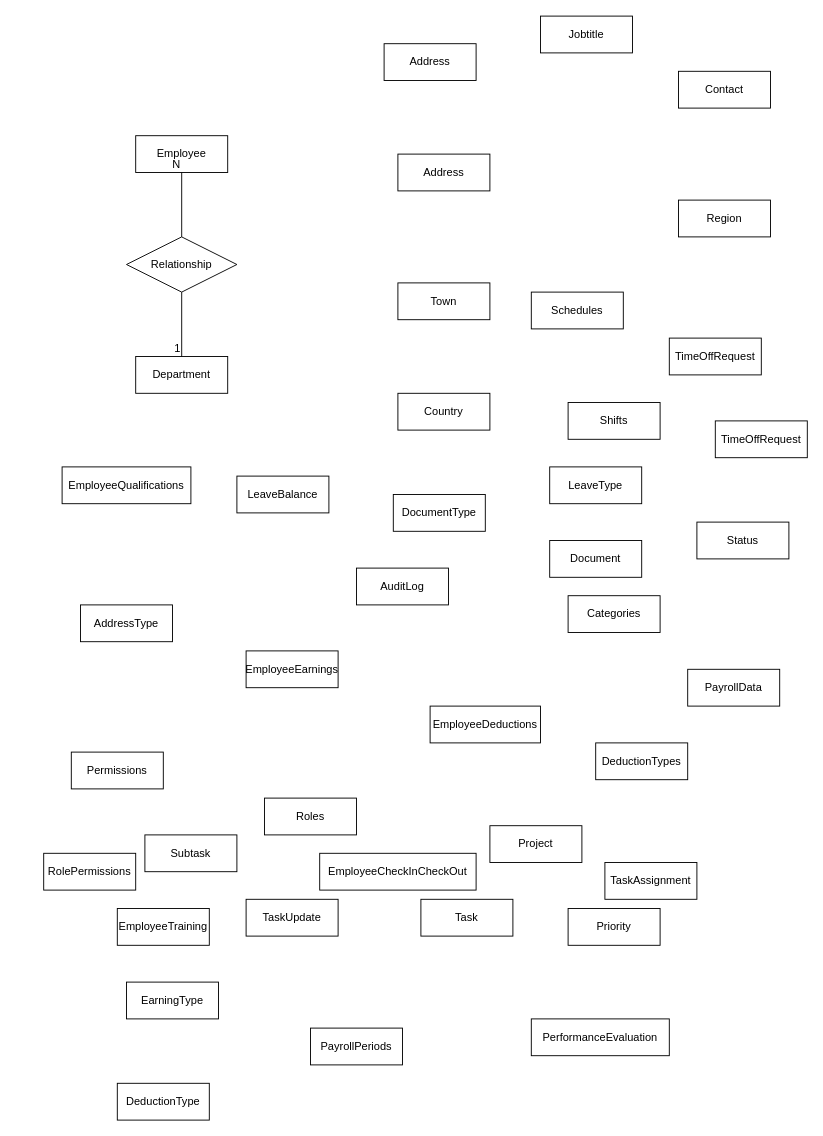
Adjanour/AfricodaHMS keeps this draw.io diagram as devsolutions.drawio. Above is the earlier version. Source tidied: cells renumbered, new cells numbered last; positions are measured from the earlier drawing's top-left corner, leaving out a move shared by most shapes. Both pictures are drawn from the tidied source at 92%, with x=0, y=0 at pixel (43, 16).
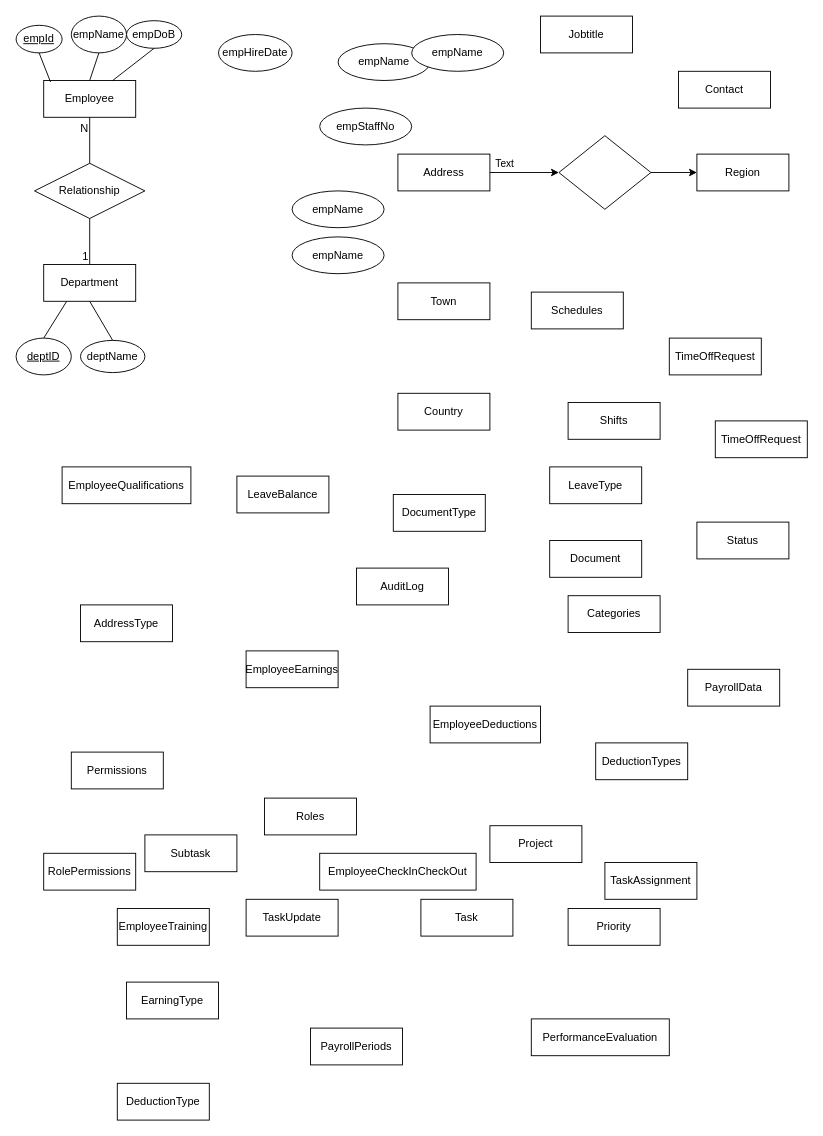
Above is the later version.

The change refers to these unchanged cells:
```xml
<mxCell id="7" style="endArrow=none;html=1;rounded=0;exitX=0.5;exitY=0;exitDx=0;exitDy=0;entryX=0.5;entryY=1;entryDx=0;entryDy=0;" parent="1" edge="1" source="4" target="2">
  <mxGeometry relative="1" as="geometry" />
</mxCell>
<mxCell id="10" value="Address" style="whiteSpace=wrap;html=1;align=center;" parent="1" vertex="1">
  <mxGeometry x="385" y="150" width="100" height="40" as="geometry" />
</mxCell>
```

Diff of the diagram source:
```diff
@@
     <mxCell id="2" value="Employee" style="whiteSpace=wrap;html=1;align=center;" parent="1" vertex="1">
-      <mxGeometry x="100" y="130" width="100" height="40" as="geometry" />
+      <mxGeometry y="70" width="100" height="40" as="geometry" />
     </mxCell>
     <mxCell id="3" value="Department" style="whiteSpace=wrap;html=1;align=center;" parent="1" vertex="1">
-      <mxGeometry x="100" y="370" width="100" height="40" as="geometry" />
+      <mxGeometry y="270" width="100" height="40" as="geometry" />
     </mxCell>
     <mxCell id="4" value="Relationship" style="shape=rhombus;perimeter=rhombusPerimeter;whiteSpace=wrap;html=1;align=center;" parent="1" vertex="1">
-      <mxGeometry x="90" y="240" width="120" height="60" as="geometry" />
+      <mxGeometry x="-10" y="160" width="120" height="60" as="geometry" />
     </mxCell>
@@
-    <mxCell id="8" value="N" style="html=1;whiteSpace=wrap;align=right;verticalAlign=bottom;" parent="7" vertex="1">
-      <mxGeometry x="1" relative="1" as="geometry" />
+    <mxCell id="8" value="N" style="html=1;whiteSpace=wrap;align=right;verticalAlign=bottom;direction=south;" parent="7" vertex="1">
+      <mxGeometry x="1" relative="1" as="geometry">
+        <mxPoint y="20" as="offset" />
+      </mxGeometry>
     </mxCell>
@@
+    <mxCell id="48" style="edgeStyle=orthogonalEdgeStyle;rounded=0;jettySize=auto;html=1;" parent="1" edge="1" source="10" target="51">
+      <mxGeometry relative="1" as="geometry" />
+    </mxCell>
+    <mxCell id="49" value="Text" style="edgeLabel;html=1;align=center;verticalAlign=middle;" parent="48" vertex="1">
+      <mxGeometry x="-0.47" y="-2" relative="1" as="geometry">
+        <mxPoint x="-5" y="-12" as="offset" />
+      </mxGeometry>
+    </mxCell>
@@
-    <mxCell id="11" value="Address" style="whiteSpace=wrap;html=1;align=center;" parent="1" vertex="1">
-      <mxGeometry x="370" y="30" width="100" height="40" as="geometry" />
-    </mxCell>
@@
     <mxCell id="13" value="Region" style="whiteSpace=wrap;html=1;align=center;" parent="1" vertex="1">
-      <mxGeometry x="690" y="200" width="100" height="40" as="geometry" />
+      <mxGeometry x="710" y="150" width="100" height="40" as="geometry" />
     </mxCell>
@@
+    <mxCell id="50" style="edgeStyle=orthogonalEdgeStyle;rounded=0;jettySize=auto;html=1;" parent="1" edge="1" source="51" target="13">
+      <mxGeometry relative="1" as="geometry" />
+    </mxCell>
+    <mxCell id="51" style="rhombus;whiteSpace=wrap;html=1;" parent="1" vertex="1">
+      <mxGeometry x="560" y="130" width="100" height="80" as="geometry" />
+    </mxCell>
+    <mxCell id="52" value="empId" style="ellipse;whiteSpace=wrap;html=1;align=center;fontStyle=4;" parent="1" vertex="1">
+      <mxGeometry x="-30" y="10" width="50" height="30" as="geometry" />
+    </mxCell>
+    <mxCell id="53" value="empName" style="ellipse;whiteSpace=wrap;html=1;align=center;" parent="1" vertex="1">
+      <mxGeometry x="30" width="60" height="40" as="geometry" />
+    </mxCell>
+    <mxCell id="54" value="empDoB" style="ellipse;whiteSpace=wrap;html=1;align=center;" parent="1" vertex="1">
+      <mxGeometry x="90" y="5" width="60" height="30" as="geometry" />
+    </mxCell>
+    <mxCell id="55" value="empName" style="ellipse;whiteSpace=wrap;html=1;align=center;" parent="1" vertex="1">
+      <mxGeometry x="270" y="190" width="100" height="40" as="geometry" />
+    </mxCell>
+    <mxCell id="56" value="empName" style="ellipse;whiteSpace=wrap;html=1;align=center;" parent="1" vertex="1">
+      <mxGeometry x="320" y="30" width="100" height="40" as="geometry" />
+    </mxCell>
+    <mxCell id="57" value="empStaffNo" style="ellipse;whiteSpace=wrap;html=1;align=center;" parent="1" vertex="1">
+      <mxGeometry x="300" y="100" width="100" height="40" as="geometry" />
+    </mxCell>
+    <mxCell id="58" value="empName" style="ellipse;whiteSpace=wrap;html=1;align=center;" parent="1" vertex="1">
+      <mxGeometry x="270" y="240" width="100" height="40" as="geometry" />
+    </mxCell>
+    <mxCell id="59" value="empName" style="ellipse;whiteSpace=wrap;html=1;align=center;" parent="1" vertex="1">
+      <mxGeometry x="400" y="20" width="100" height="40" as="geometry" />
+    </mxCell>
+    <mxCell id="60" style="endArrow=none;html=1;rounded=0;exitX=0.5;exitY=1;exitDx=0;exitDy=0;entryX=0.074;entryY=0.04;entryDx=0;entryDy=0;entryPerimeter=0;" parent="1" edge="1" source="52" target="2">
+      <mxGeometry relative="1" as="geometry" />
+    </mxCell>
+    <mxCell id="61" style="endArrow=none;html=1;rounded=0;exitX=0.5;exitY=1;exitDx=0;exitDy=0;entryX=0.5;entryY=0;entryDx=0;entryDy=0;" parent="1" edge="1" source="53" target="2">
+      <mxGeometry relative="1" as="geometry" />
+    </mxCell>
+    <mxCell id="62" style="endArrow=none;html=1;rounded=0;exitX=0.5;exitY=1;exitDx=0;exitDy=0;entryX=0.75;entryY=0;entryDx=0;entryDy=0;" parent="1" edge="1" source="54" target="2">
+      <mxGeometry relative="1" as="geometry" />
+    </mxCell>
+    <mxCell id="63" value="deptID" style="ellipse;whiteSpace=wrap;html=1;align=center;fontStyle=4;" parent="1" vertex="1">
+      <mxGeometry x="-30" y="350" width="60" height="40" as="geometry" />
+    </mxCell>
+    <mxCell id="64" value="deptName" style="ellipse;whiteSpace=wrap;html=1;align=center;" parent="1" vertex="1">
+      <mxGeometry x="40" y="352.5" width="70" height="35" as="geometry" />
+    </mxCell>
+    <mxCell id="65" value="empHireDate" style="ellipse;whiteSpace=wrap;html=1;align=center;" parent="1" vertex="1">
+      <mxGeometry x="190" y="20" width="80" height="40" as="geometry" />
+    </mxCell>
+    <mxCell id="66" style="endArrow=none;html=1;rounded=0;exitX=0.5;exitY=0;exitDx=0;exitDy=0;entryX=0.25;entryY=1;entryDx=0;entryDy=0;" parent="1" edge="1" source="63" target="3">
+      <mxGeometry relative="1" as="geometry" />
+    </mxCell>
+    <mxCell id="67" style="endArrow=none;html=1;rounded=0;exitX=0.5;exitY=0;exitDx=0;exitDy=0;entryX=0.5;entryY=1;entryDx=0;entryDy=0;" parent="1" edge="1" source="64" target="3">
+      <mxGeometry relative="1" as="geometry" />
+    </mxCell>
```
